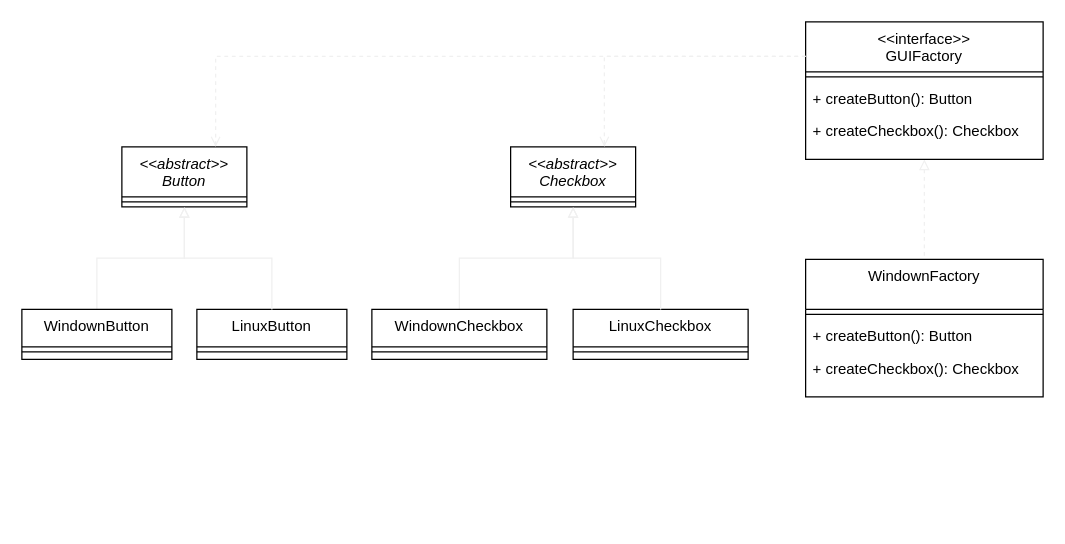
bcmes/diagrams keeps this draw.io diagram as page "Abstract Factory" (2 of 2) of Design Patterns.drawio. Above is the earlier version. Source tidied: cells renumbered, new cells numbered last; positions are measured from the earlier drawing's top-left corner, leaving out a move shared by most shapes. Both pictures are drawn from the tidied source at 125%, with x=0, y=0 at pixel (21, 21).
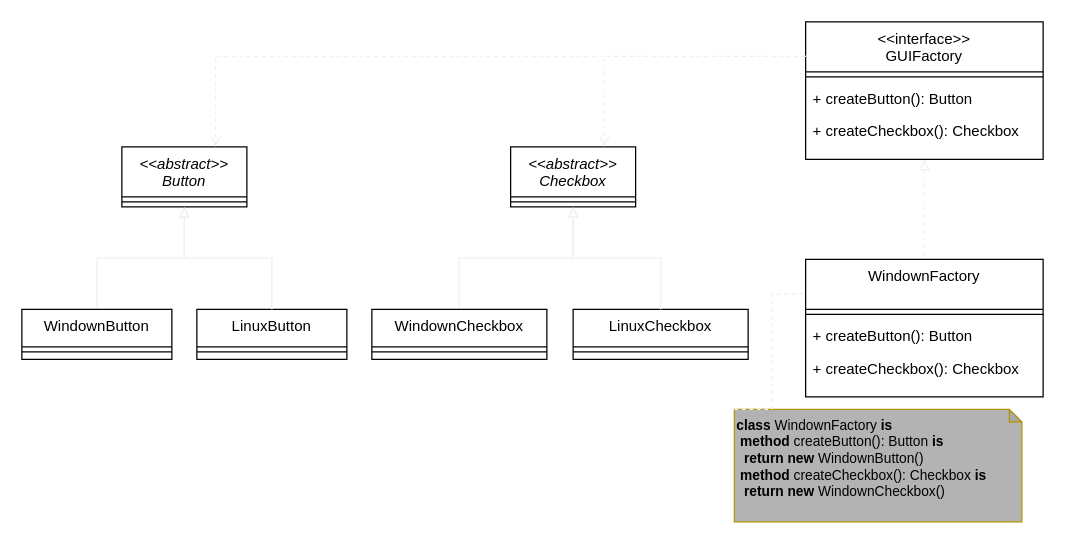
The same diagram, later.

The change refers to these unchanged cells:
```xml
<mxCell id="7" value="WindownFactory" style="swimlane;fontStyle=0;align=center;verticalAlign=top;horizontal=1;startSize=40;rounded=0;shadow=0;strokeWidth=1;" parent="1" vertex="1">
  <mxGeometry x="627" y="190" width="190" height="110" as="geometry" />
</mxCell>
```

What changed in the source:
```diff
@@
+    <mxCell id="29" value="&lt;b&gt;class&lt;/b&gt;&amp;nbsp;WindownFactory&lt;b&gt;&amp;nbsp;is&lt;/b&gt;&lt;br&gt;&lt;span style=&quot;white-space: pre;&quot;&gt; &lt;/span&gt;&lt;b&gt;method&lt;/b&gt;&amp;nbsp;createButton(): Button &lt;b&gt;is&lt;br&gt;&lt;span style=&quot;white-space: pre;&quot;&gt; &lt;/span&gt;&lt;span style=&quot;white-space: pre;&quot;&gt; &lt;/span&gt;return new&amp;nbsp;&lt;/b&gt;WindownButton()&lt;br&gt;&lt;span style=&quot;white-space: pre;&quot;&gt; &lt;/span&gt;&lt;b&gt;method&lt;/b&gt;&amp;nbsp;createCheckbox(): Checkbox&lt;b&gt;&amp;nbsp;is&lt;br&gt;&lt;span style=&quot;white-space: pre;&quot;&gt; &lt;/span&gt;&lt;span style=&quot;white-space: pre;&quot;&gt; &lt;/span&gt;return new &lt;/b&gt;WindownCheckbox()" style="shape=note;whiteSpace=wrap;html=1;backgroundOutline=1;darkOpacity=0.05;align=left;fontSize=11;size=10;fillColor=#B3B3B3;fontColor=#000000;strokeColor=#B09500;verticalAlign=top;" parent="1" vertex="1">
+      <mxGeometry x="570" y="310" width="230" height="90" as="geometry" />
+    </mxCell>
+    <mxCell id="30" style="endArrow=none;dashed=1;endFill=0;endSize=12;html=1;rounded=0;strokeColor=#F0F0F0;fontSize=11;fontColor=#007300;entryX=0;entryY=0.25;entryDx=0;entryDy=0;exitX=0;exitY=0;exitDx=0;exitDy=0;exitPerimeter=0;" parent="1" edge="1" source="29" target="7">
+      <mxGeometry relative="1" as="geometry">
+        <Array as="points">
+          <mxPoint x="600" y="310" />
+          <mxPoint x="600" y="218" />
+        </Array>
+      </mxGeometry>
+    </mxCell>
```
